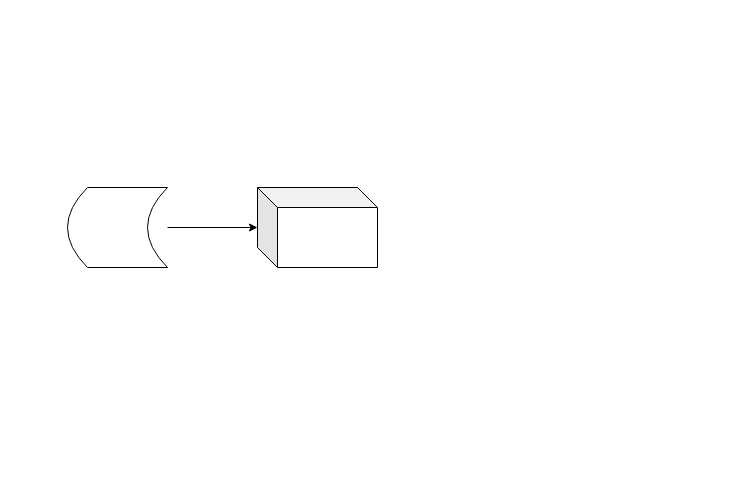
Above: Untitled Diagram.drawio in 1136899882/100-Days-Of-ML-Code (draw.io), before the change. Source tidied: cells renumbered, new cells numbered last; positions are measured from the earlier drawing's top-left corner, leaving out a move shared by most shapes. Both pictures are drawn from the tidied source at 100%, with x=0, y=0 at pixel (67, 187).
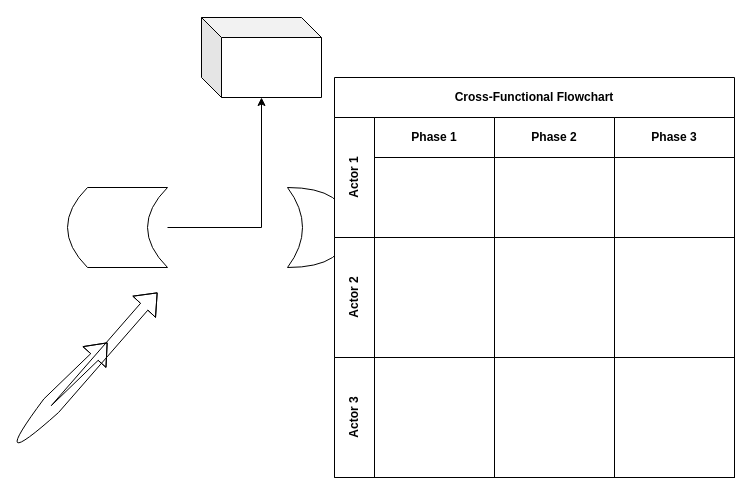
The same page after the edit.

What changed in the source:
```diff
@@
     <mxCell id="2" style="shape=cube;whiteSpace=wrap;html=1;boundedLbl=1;backgroundOutline=1;darkOpacity=0.05;darkOpacity2=0.1;" parent="1" vertex="1">
-      <mxGeometry x="190" width="120" height="80" as="geometry" />
+      <mxGeometry x="134" y="-170" width="120" height="80" as="geometry" />
     </mxCell>
@@
+    <mxCell id="5" style="shape=flexArrow;endArrow=classic;startArrow=classic;html=1;" parent="1" edge="1">
+      <mxGeometry relative="1" as="geometry">
+        <mxPoint x="40" y="155" as="sourcePoint" />
+        <mxPoint x="90" y="105" as="targetPoint" />
+        <Array as="points">
+          <mxPoint x="-50" y="255" />
+        </Array>
+      </mxGeometry>
+    </mxCell>
+    <mxCell id="6" style="shape=xor;whiteSpace=wrap;html=1;" parent="1" vertex="1">
+      <mxGeometry x="220" width="60" height="80" as="geometry" />
+    </mxCell>
+    <mxCell id="7" value="Cross-Functional Flowchart" style="shape=table;childLayout=tableLayout;rowLines=0;columnLines=0;startSize=40;html=1;whiteSpace=wrap;fontStyle=1;align=center;" parent="1" vertex="1">
+      <mxGeometry x="267" y="-110" width="400" height="400" as="geometry" />
+    </mxCell>
+    <mxCell id="8" value="Actor 1" style="swimlane;horizontal=0;startSize=40;html=1;whiteSpace=wrap;fontStyle=1;" parent="7" vertex="1">
+      <mxGeometry y="40" width="400" height="120" as="geometry" />
+    </mxCell>
+    <mxCell id="9" value="Phase 1" style="swimlane;startSize=40;html=1;whiteSpace=wrap;" parent="8" vertex="1">
+      <mxGeometry x="40" width="120" height="120" as="geometry" />
+    </mxCell>
+    <mxCell id="10" value="Phase 2" style="swimlane;startSize=40;html=1;whiteSpace=wrap;" parent="8" vertex="1">
+      <mxGeometry x="160" width="120" height="120" as="geometry" />
+    </mxCell>
+    <mxCell id="11" value="Phase 3" style="swimlane;startSize=40;html=1;whiteSpace=wrap;" parent="8" vertex="1">
+      <mxGeometry x="280" width="120" height="120" as="geometry" />
+    </mxCell>
+    <mxCell id="12" value="Actor 2" style="swimlane;horizontal=0;startSize=40;html=1;whiteSpace=wrap;" parent="7" vertex="1">
+      <mxGeometry y="160" width="400" height="120" as="geometry" />
+    </mxCell>
+    <mxCell id="13" style="swimlane;startSize=0;html=1;whiteSpace=wrap;" parent="12" vertex="1">
+      <mxGeometry x="40" width="120" height="120" as="geometry" />
+    </mxCell>
+    <mxCell id="14" style="swimlane;startSize=0;html=1;whiteSpace=wrap;" parent="12" vertex="1">
+      <mxGeometry x="160" width="120" height="120" as="geometry" />
+    </mxCell>
+    <mxCell id="15" style="swimlane;startSize=0;html=1;whiteSpace=wrap;" parent="12" vertex="1">
+      <mxGeometry x="280" width="120" height="120" as="geometry" />
+    </mxCell>
+    <mxCell id="16" value="Actor 3" style="swimlane;horizontal=0;startSize=40;html=1;whiteSpace=wrap;" parent="7" vertex="1">
+      <mxGeometry y="280" width="400" height="120" as="geometry" />
+    </mxCell>
+    <mxCell id="17" style="swimlane;startSize=0;html=1;whiteSpace=wrap;" parent="16" vertex="1">
+      <mxGeometry x="40" width="120" height="120" as="geometry" />
+    </mxCell>
+    <mxCell id="18" style="swimlane;startSize=0;html=1;whiteSpace=wrap;" parent="16" vertex="1">
+      <mxGeometry x="160" width="120" height="120" as="geometry" />
+    </mxCell>
+    <mxCell id="19" style="swimlane;startSize=0;html=1;whiteSpace=wrap;" parent="16" vertex="1">
+      <mxGeometry x="280" width="120" height="120" as="geometry" />
+    </mxCell>
```
